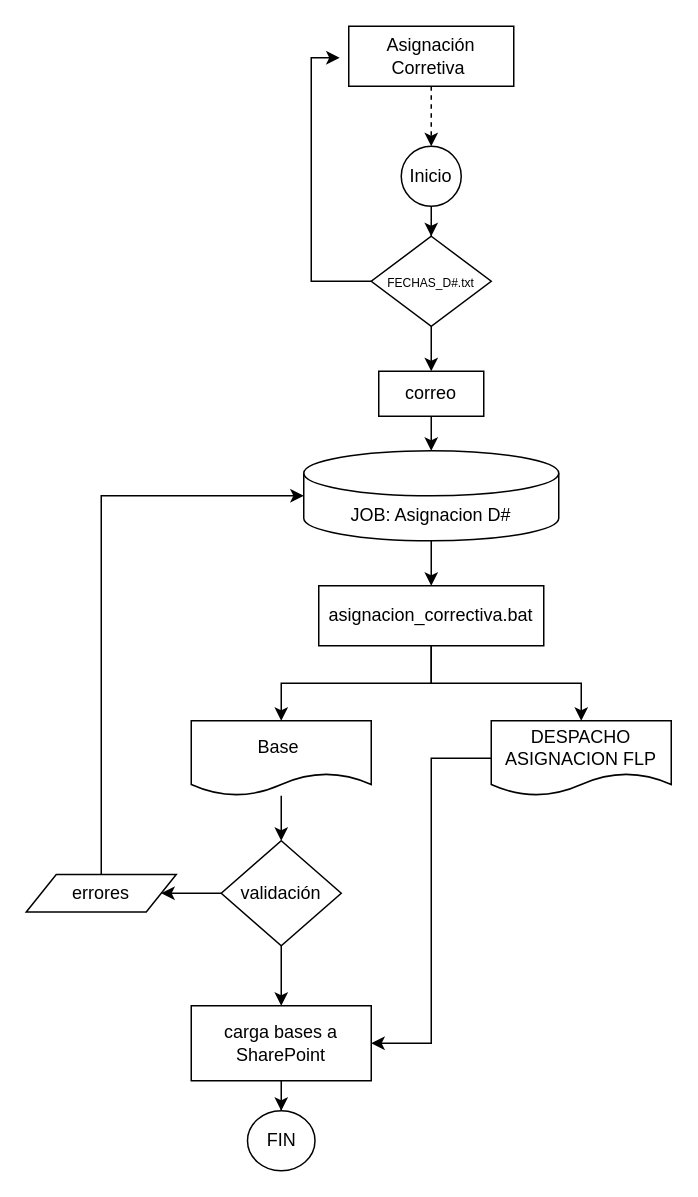
ariadnagalindom/CALENDARIO-ACTIVIDADES keeps this draw.io diagram as page "D1,D2" (1 of 2) of Flujos Actividades.drawio. Above is the earlier version. Source tidied: cells renumbered, new cells numbered last; positions are measured from the earlier drawing's top-left corner, leaving out a move shared by most shapes. Both pictures are drawn from the tidied source at 150%, with x=0, y=0 at pixel (26, 26).
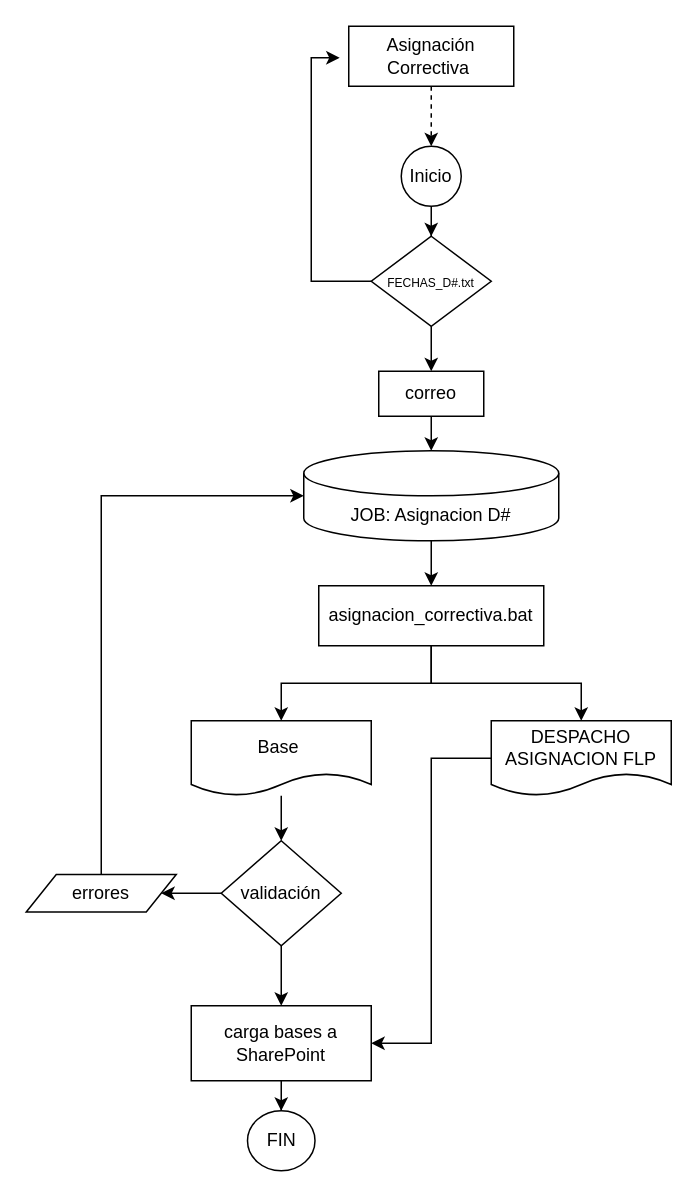
Above is the later version.

Change to the diagram source:
```diff
@@
-    <mxCell id="26" value="Asignación Corretiva&amp;nbsp;" style="whiteSpace=wrap;html=1;" parent="1" vertex="1">
+    <mxCell id="26" value="Asignación Correctiva&amp;nbsp;" style="whiteSpace=wrap;html=1;" parent="1" vertex="1">
       <mxGeometry x="215" width="110" height="40" as="geometry" />
     </mxCell>
```
